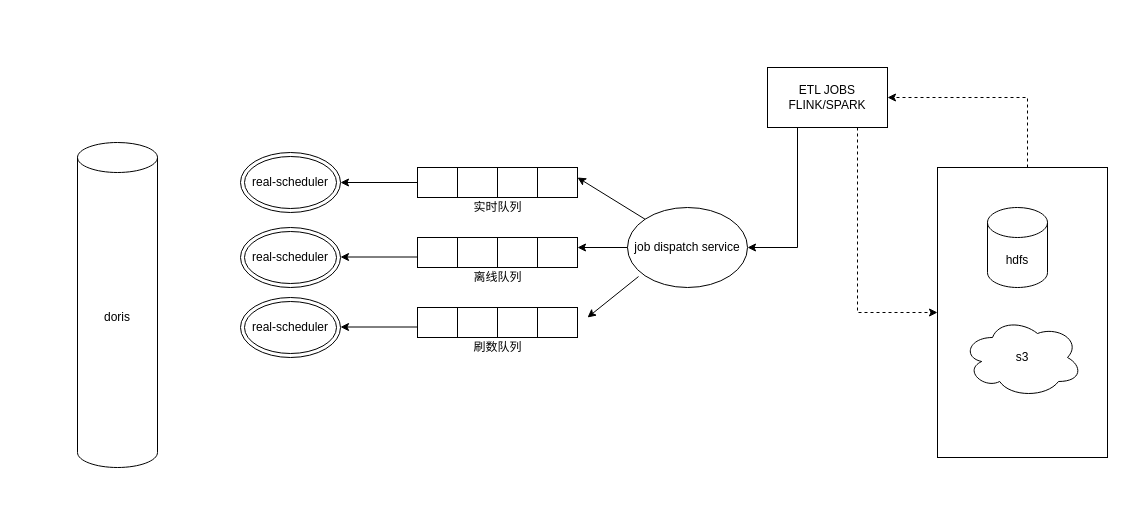
This is doc/diagram.drawio from GoGoWen/JD-Bowen-incubator-doris, a draw.io file, before an edit. Source tidied: cells renumbered, new cells numbered last; positions are measured from the earlier drawing's top-left corner, leaving out a move shared by most shapes. Both pictures are drawn from the tidied source at 100%, with x=0, y=0 at pixel (77, 67).
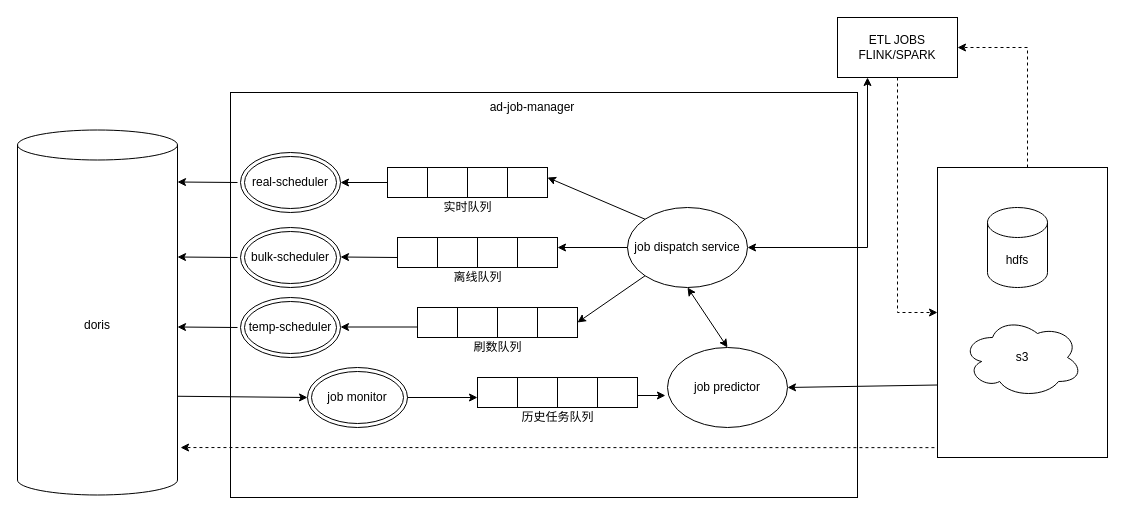
The same diagram, later.

Diff of the diagram source:
```diff
@@
+    <mxCell id="41" style="rounded=0;whiteSpace=wrap;html=1;align=center;direction=east;" parent="1" vertex="1">
+      <mxGeometry x="153" y="25" width="627" height="405" as="geometry" />
+    </mxCell>
-    <mxCell id="2" style="group;" parent="1" vertex="1">
-      <mxGeometry x="340" y="100" width="160" height="50" as="geometry" />
+    <mxCell id="2" style="group;direction=east;" parent="1" vertex="1">
+      <mxGeometry x="310" y="100" width="160" height="50" as="geometry" />
     </mxCell>
-    <mxCell id="3" style="group;" parent="2" vertex="1">
+    <mxCell id="3" style="group;direction=east;" parent="2" vertex="1">
       <mxGeometry width="160" height="30" as="geometry" />
     </mxCell>
-    <mxCell id="4" style="rounded=0;whiteSpace=wrap;html=1;" parent="3" vertex="1">
+    <mxCell id="4" style="rounded=0;whiteSpace=wrap;html=1;direction=east;" parent="3" vertex="1">
       <mxGeometry width="40" height="30" as="geometry" />
     </mxCell>
-    <mxCell id="5" style="rounded=0;whiteSpace=wrap;html=1;" parent="3" vertex="1">
+    <mxCell id="5" style="rounded=0;whiteSpace=wrap;html=1;direction=east;" parent="3" vertex="1">
       <mxGeometry x="40" width="40" height="30" as="geometry" />
     </mxCell>
-    <mxCell id="6" style="rounded=0;whiteSpace=wrap;html=1;" parent="3" vertex="1">
+    <mxCell id="6" style="rounded=0;whiteSpace=wrap;html=1;direction=east;" parent="3" vertex="1">
       <mxGeometry x="80" width="40" height="30" as="geometry" />
     </mxCell>
-    <mxCell id="7" style="rounded=0;whiteSpace=wrap;html=1;" parent="3" vertex="1">
+    <mxCell id="7" style="rounded=0;whiteSpace=wrap;html=1;direction=east;" parent="3" vertex="1">
       <mxGeometry x="120" width="40" height="30" as="geometry" />
     </mxCell>
@@
-    <mxCell id="9" style="group;" parent="1" vertex="1">
-      <mxGeometry x="340" y="170" width="160" height="50" as="geometry" />
+    <mxCell id="9" style="group;direction=east;" parent="1" vertex="1">
+      <mxGeometry x="320" y="170" width="160" height="50" as="geometry" />
     </mxCell>
-    <mxCell id="10" style="group;" parent="9" vertex="1">
+    <mxCell id="10" style="group;direction=east;" parent="9" vertex="1">
       <mxGeometry width="160" height="30" as="geometry" />
     </mxCell>
-    <mxCell id="11" style="rounded=0;whiteSpace=wrap;html=1;" parent="10" vertex="1">
+    <mxCell id="11" style="rounded=0;whiteSpace=wrap;html=1;direction=east;" parent="10" vertex="1">
       <mxGeometry width="40" height="30" as="geometry" />
     </mxCell>
-    <mxCell id="12" style="rounded=0;whiteSpace=wrap;html=1;" parent="10" vertex="1">
+    <mxCell id="12" style="rounded=0;whiteSpace=wrap;html=1;direction=east;" parent="10" vertex="1">
       <mxGeometry x="40" width="40" height="30" as="geometry" />
     </mxCell>
-    <mxCell id="13" style="rounded=0;whiteSpace=wrap;html=1;" parent="10" vertex="1">
+    <mxCell id="13" style="rounded=0;whiteSpace=wrap;html=1;direction=east;" parent="10" vertex="1">
       <mxGeometry x="80" width="40" height="30" as="geometry" />
     </mxCell>
-    <mxCell id="14" style="rounded=0;whiteSpace=wrap;html=1;" parent="10" vertex="1">
+    <mxCell id="14" style="rounded=0;whiteSpace=wrap;html=1;direction=east;" parent="10" vertex="1">
       <mxGeometry x="120" width="40" height="30" as="geometry" />
     </mxCell>
@@
-    <mxCell id="16" style="group;" parent="1" vertex="1">
+    <mxCell id="16" style="group;direction=east;" parent="1" vertex="1">
       <mxGeometry x="340" y="240" width="160" height="50" as="geometry" />
     </mxCell>
-    <mxCell id="17" style="group;" parent="16" vertex="1">
+    <mxCell id="17" style="group;direction=east;" parent="16" vertex="1">
       <mxGeometry width="160" height="30" as="geometry" />
     </mxCell>
-    <mxCell id="18" style="rounded=0;whiteSpace=wrap;html=1;" parent="17" vertex="1">
+    <mxCell id="18" style="rounded=0;whiteSpace=wrap;html=1;direction=east;" parent="17" vertex="1">
       <mxGeometry width="40" height="30" as="geometry" />
     </mxCell>
-    <mxCell id="19" style="rounded=0;whiteSpace=wrap;html=1;" parent="17" vertex="1">
+    <mxCell id="19" style="rounded=0;whiteSpace=wrap;html=1;direction=east;" parent="17" vertex="1">
       <mxGeometry x="40" width="40" height="30" as="geometry" />
     </mxCell>
-    <mxCell id="20" style="rounded=0;whiteSpace=wrap;html=1;" parent="17" vertex="1">
+    <mxCell id="20" style="rounded=0;whiteSpace=wrap;html=1;direction=east;" parent="17" vertex="1">
       <mxGeometry x="80" width="40" height="30" as="geometry" />
     </mxCell>
-    <mxCell id="21" style="rounded=0;whiteSpace=wrap;html=1;" parent="17" vertex="1">
+    <mxCell id="21" style="rounded=0;whiteSpace=wrap;html=1;direction=east;" parent="17" vertex="1">
       <mxGeometry x="120" width="40" height="30" as="geometry" />
     </mxCell>
@@
-    <mxCell id="23" value="job dispatch service" style="ellipse;whiteSpace=wrap;html=1;" parent="1" vertex="1">
+    <mxCell id="23" value="job dispatch service" style="ellipse;whiteSpace=wrap;html=1;direction=east;" parent="1" vertex="1">
       <mxGeometry x="550" y="140" width="120" height="80" as="geometry" />
     </mxCell>
-    <mxCell id="24" style="endArrow=classic;html=1;rounded=0;exitX=0;exitY=0;exitDx=0;exitDy=0;" parent="1" edge="1" source="23">
+    <mxCell id="24" style="endArrow=classic;html=1;rounded=0;exitX=0;exitY=0;exitDx=0;exitDy=0;entryX=0;entryY=0;entryDx=0;entryDy=0;" parent="1" edge="1" source="23">
       <mxGeometry relative="1" as="geometry">
-        <mxPoint x="500" y="110" as="targetPoint" />
+        <mxPoint x="470" y="110" as="targetPoint" />
       </mxGeometry>
     </mxCell>
-    <mxCell id="25" style="endArrow=classic;html=1;rounded=0;exitX=0;exitY=0.5;exitDx=0;exitDy=0;" parent="1" edge="1" source="23">
+    <mxCell id="25" style="endArrow=classic;html=1;rounded=0;exitX=0;exitY=0.5;exitDx=0;exitDy=0;entryX=0;entryY=0.5;entryDx=0;entryDy=0;" parent="1" edge="1" source="23">
       <mxGeometry relative="1" as="geometry">
-        <mxPoint x="500" y="180" as="targetPoint" />
+        <mxPoint x="480" y="180" as="targetPoint" />
       </mxGeometry>
     </mxCell>
-    <mxCell id="26" style="endArrow=classic;html=1;rounded=0;exitX=0.092;exitY=0.863;exitDx=0;exitDy=0;exitPerimeter=0;" parent="1" edge="1" source="23">
-      <mxGeometry relative="1" as="geometry">
-        <mxPoint x="510" y="250" as="targetPoint" />
-      </mxGeometry>
-    </mxCell>
-    <mxCell id="27" value="ETL JOBS&lt;br&gt;FLINK/SPARK" style="rounded=0;whiteSpace=wrap;html=1;" parent="1" vertex="1">
-      <mxGeometry x="690" width="120" height="60" as="geometry" />
+    <mxCell id="27" value="ETL JOBS&lt;br&gt;FLINK/SPARK" style="rounded=0;whiteSpace=wrap;html=1;direction=east;" parent="1" vertex="1">
+      <mxGeometry x="760" y="-50" width="120" height="60" as="geometry" />
     </mxCell>
-    <mxCell id="28" style="rounded=0;whiteSpace=wrap;html=1;" parent="1" vertex="1">
+    <mxCell id="28" style="rounded=0;whiteSpace=wrap;html=1;direction=east;" parent="1" vertex="1">
       <mxGeometry x="860" y="100" width="170" height="290" as="geometry" />
     </mxCell>
-    <mxCell id="29" value="hdfs" style="shape=cylinder3;whiteSpace=wrap;html=1;boundedLbl=1;backgroundOutline=1;size=15;" parent="1" vertex="1">
+    <mxCell id="29" value="hdfs" style="shape=cylinder3;whiteSpace=wrap;html=1;boundedLbl=1;backgroundOutline=1;size=15;direction=east;" parent="1" vertex="1">
       <mxGeometry x="910" y="140" width="60" height="80" as="geometry" />
     </mxCell>
-    <mxCell id="30" value="s3" style="ellipse;shape=cloud;whiteSpace=wrap;html=1;" parent="1" vertex="1">
+    <mxCell id="30" value="s3" style="ellipse;shape=cloud;whiteSpace=wrap;html=1;direction=east;" parent="1" vertex="1">
       <mxGeometry x="885" y="250" width="120" height="80" as="geometry" />
     </mxCell>
-    <mxCell id="31" style="endArrow=classic;html=1;rounded=0;edgeStyle=orthogonalEdgeStyle;entryX=1;entryY=0.5;entryDx=0;entryDy=0;fixDash=0;dashed=1;" parent="1" edge="1" target="27">
+    <mxCell id="31" style="endArrow=classic;html=1;rounded=0;edgeStyle=orthogonalEdgeStyle;fixDash=0;dashed=1;" parent="1" edge="1">
       <mxGeometry relative="1" as="geometry">
         <mxPoint x="950" y="100" as="sourcePoint" />
+        <mxPoint x="880" y="-20" as="targetPoint" />
         <Array as="points">
-          <mxPoint x="950" y="30" />
+          <mxPoint x="950" y="-20" />
         </Array>
       </mxGeometry>
     </mxCell>
     <mxCell id="32" style="endArrow=classic;html=1;rounded=0;dashed=1;exitX=0.75;exitY=1;exitDx=0;exitDy=0;edgeStyle=orthogonalEdgeStyle;entryX=0;entryY=0.5;entryDx=0;entryDy=0;" parent="1" edge="1" source="27" target="28">
       <mxGeometry relative="1" as="geometry">
         <Array as="points">
-          <mxPoint x="780" y="245" />
+          <mxPoint x="820" y="10" />
+          <mxPoint x="820" y="245" />
         </Array>
       </mxGeometry>
     </mxCell>
-    <mxCell id="33" style="endArrow=classic;html=1;rounded=0;exitX=0.25;exitY=1;exitDx=0;exitDy=0;edgeStyle=orthogonalEdgeStyle;entryX=1;entryY=0.5;entryDx=0;entryDy=0;" parent="1" edge="1" source="27" target="23">
+    <mxCell id="33" style="endArrow=classic;html=1;rounded=0;exitX=0.25;exitY=1;exitDx=0;exitDy=0;edgeStyle=orthogonalEdgeStyle;entryX=1;entryY=0.5;entryDx=0;entryDy=0;startArrow=classic;startFill=1;" parent="1" edge="1" source="27" target="23">
       <mxGeometry relative="1" as="geometry">
         <Array as="points">
-          <mxPoint x="720" y="180" />
+          <mxPoint x="790" y="180" />
         </Array>
       </mxGeometry>
     </mxCell>
-    <mxCell id="34" value="doris" style="shape=cylinder3;whiteSpace=wrap;html=1;boundedLbl=1;backgroundOutline=1;size=15;" parent="1" vertex="1">
-      <mxGeometry y="75" width="80" height="325" as="geometry" />
+    <mxCell id="34" value="doris" style="shape=cylinder3;whiteSpace=wrap;html=1;boundedLbl=1;backgroundOutline=1;size=15;direction=east;" parent="1" vertex="1">
+      <mxGeometry x="-60" y="62.5" width="160" height="365" as="geometry" />
     </mxCell>
-    <mxCell id="35" value="real-scheduler" style="ellipse;shape=doubleEllipse;whiteSpace=wrap;html=1;" parent="1" vertex="1">
+    <mxCell id="35" value="real-scheduler" style="ellipse;shape=doubleEllipse;whiteSpace=wrap;html=1;direction=east;" parent="1" vertex="1">
       <mxGeometry x="163" y="85" width="100" height="60" as="geometry" />
     </mxCell>
-    <mxCell id="36" value="real-scheduler" style="ellipse;shape=doubleEllipse;whiteSpace=wrap;html=1;" parent="1" vertex="1">
+    <mxCell id="36" value="bulk-scheduler" style="ellipse;shape=doubleEllipse;whiteSpace=wrap;html=1;direction=east;" parent="1" vertex="1">
       <mxGeometry x="163" y="160" width="100" height="60" as="geometry" />
     </mxCell>
-    <mxCell id="37" value="real-scheduler" style="ellipse;shape=doubleEllipse;whiteSpace=wrap;html=1;" parent="1" vertex="1">
+    <mxCell id="37" value="temp-scheduler" style="ellipse;shape=doubleEllipse;whiteSpace=wrap;html=1;direction=east;" parent="1" vertex="1">
       <mxGeometry x="163" y="230" width="100" height="60" as="geometry" />
     </mxCell>
-    <mxCell id="38" style="endArrow=classic;html=1;rounded=0;exitX=0;exitY=0.5;exitDx=0;exitDy=0;entryX=1;entryY=0.5;entryDx=0;entryDy=0;" parent="1" edge="1" source="4" target="35">
-      <mxGeometry relative="1" as="geometry" />
-    </mxCell>
-    <mxCell id="39" style="endArrow=classic;html=1;rounded=0;exitX=0;exitY=0.5;exitDx=0;exitDy=0;entryX=1;entryY=0.5;entryDx=0;entryDy=0;" parent="1" edge="1">
+    <mxCell id="39" style="endArrow=classic;html=1;rounded=0;entryX=1;entryY=0.5;entryDx=0;entryDy=0;" parent="1" edge="1">
       <mxGeometry relative="1" as="geometry">
-        <mxPoint x="340" y="189.5" as="sourcePoint" />
+        <mxPoint x="320" y="190" as="sourcePoint" />
         <mxPoint x="263" y="189.5" as="targetPoint" />
       </mxGeometry>
     </mxCell>
@@
+    <mxCell id="42" style="endArrow=classic;html=1;rounded=0;entryX=1;entryY=0.5;entryDx=0;entryDy=0;" parent="1" edge="1">
+      <mxGeometry relative="1" as="geometry">
+        <mxPoint x="160" y="115" as="sourcePoint" />
+        <mxPoint x="100" y="114.5" as="targetPoint" />
+      </mxGeometry>
+    </mxCell>
+    <mxCell id="43" style="endArrow=classic;html=1;rounded=0;entryX=1;entryY=0.5;entryDx=0;entryDy=0;" parent="1" edge="1">
+      <mxGeometry relative="1" as="geometry">
+        <mxPoint x="160" y="190" as="sourcePoint" />
+        <mxPoint x="100" y="189.5" as="targetPoint" />
+      </mxGeometry>
+    </mxCell>
+    <mxCell id="44" style="endArrow=classic;html=1;rounded=0;entryX=1;entryY=0.5;entryDx=0;entryDy=0;" parent="1" edge="1">
+      <mxGeometry relative="1" as="geometry">
+        <mxPoint x="160" y="260" as="sourcePoint" />
+        <mxPoint x="100" y="259.5" as="targetPoint" />
+      </mxGeometry>
+    </mxCell>
+    <mxCell id="45" style="endArrow=classic;html=1;rounded=0;entryX=1.019;entryY=0.87;entryDx=0;entryDy=0;entryPerimeter=0;exitX=-0.018;exitY=0.966;exitDx=0;exitDy=0;exitPerimeter=0;dashed=1;" parent="1" edge="1" source="28" target="34">
+      <mxGeometry relative="1" as="geometry" />
+    </mxCell>
+    <mxCell id="46" style="group;direction=east;" parent="1" vertex="1">
+      <mxGeometry x="400" y="310" width="160" height="50" as="geometry" />
+    </mxCell>
+    <mxCell id="47" style="group;direction=east;" parent="46" vertex="1">
+      <mxGeometry width="160" height="30" as="geometry" />
+    </mxCell>
+    <mxCell id="48" style="rounded=0;whiteSpace=wrap;html=1;direction=east;" parent="47" vertex="1">
+      <mxGeometry width="40" height="30" as="geometry" />
+    </mxCell>
+    <mxCell id="49" style="rounded=0;whiteSpace=wrap;html=1;direction=east;" parent="47" vertex="1">
+      <mxGeometry x="40" width="40" height="30" as="geometry" />
+    </mxCell>
+    <mxCell id="50" style="rounded=0;whiteSpace=wrap;html=1;direction=east;" parent="47" vertex="1">
+      <mxGeometry x="80" width="40" height="30" as="geometry" />
+    </mxCell>
+    <mxCell id="51" style="rounded=0;whiteSpace=wrap;html=1;direction=east;" parent="47" vertex="1">
+      <mxGeometry x="120" width="40" height="30" as="geometry" />
+    </mxCell>
+    <mxCell id="52" value="历史任务队列" style="text;html=1;align=center;verticalAlign=middle;strokeColor=none;fillColor=none;" parent="46" vertex="1">
+      <mxGeometry x="35" y="30" width="90" height="20" as="geometry" />
+    </mxCell>
+    <mxCell id="53" value="job monitor" style="ellipse;shape=doubleEllipse;whiteSpace=wrap;html=1;direction=east;" parent="1" vertex="1">
+      <mxGeometry x="230" y="300" width="100" height="60" as="geometry" />
+    </mxCell>
+    <mxCell id="54" style="endArrow=classic;html=1;rounded=0;entryX=0;entryY=0.5;entryDx=0;entryDy=0;exitX=1;exitY=0;exitDx=0;exitDy=266.25;exitPerimeter=0;" parent="1" edge="1" source="34" target="53">
+      <mxGeometry relative="1" as="geometry" />
+    </mxCell>
+    <mxCell id="55" style="endArrow=classic;html=1;rounded=0;exitX=1;exitY=0.5;exitDx=0;exitDy=0;entryX=1;entryY=0.5;entryDx=0;entryDy=0;" parent="1" edge="1" source="53">
+      <mxGeometry relative="1" as="geometry">
+        <mxPoint x="400" y="330" as="targetPoint" />
+      </mxGeometry>
+    </mxCell>
+    <mxCell id="56" value="job predictor" style="ellipse;whiteSpace=wrap;html=1;direction=east;" parent="1" vertex="1">
+      <mxGeometry x="590" y="280" width="120" height="80" as="geometry" />
+    </mxCell>
+    <mxCell id="57" style="endArrow=classic;startArrow=classic;html=1;rounded=0;entryX=0.5;entryY=1;entryDx=0;entryDy=0;exitX=0.5;exitY=0;exitDx=0;exitDy=0;" parent="1" edge="1" source="56" target="23">
+      <mxGeometry relative="1" as="geometry" />
+    </mxCell>
+    <mxCell id="58" style="endArrow=classic;html=1;rounded=0;entryX=-0.017;entryY=0.6;entryDx=0;entryDy=0;entryPerimeter=0;exitX=-0.017;exitY=0.6;exitDx=0;exitDy=0;exitPerimeter=0;" parent="1" edge="1" target="56">
+      <mxGeometry relative="1" as="geometry">
+        <mxPoint x="560" y="328" as="sourcePoint" />
+      </mxGeometry>
+    </mxCell>
+    <mxCell id="59" style="endArrow=classic;html=1;rounded=0;exitX=0;exitY=0.75;exitDx=0;exitDy=0;entryX=1;entryY=0.5;entryDx=0;entryDy=0;" parent="1" edge="1" source="28" target="56">
+      <mxGeometry relative="1" as="geometry" />
+    </mxCell>
+    <mxCell id="60" value="ad-job-manager" style="text;html=1;strokeColor=none;fillColor=none;align=center;verticalAlign=middle;whiteSpace=wrap;rounded=0;direction=east;" parent="1" vertex="1">
+      <mxGeometry x="380" y="25" width="150" height="30" as="geometry" />
+    </mxCell>
+    <mxCell id="26" style="endArrow=classic;html=1;rounded=0;exitX=0;exitY=1;exitDx=0;exitDy=0;entryX=1;entryY=0.5;entryDx=0;entryDy=0;" parent="1" edge="1" source="23" target="21">
+      <mxGeometry relative="1" as="geometry" />
+    </mxCell>
+    <mxCell id="38" style="endArrow=classic;html=1;rounded=0;exitX=0;exitY=0.5;exitDx=0;exitDy=0;entryX=1;entryY=0.5;entryDx=0;entryDy=0;" parent="1" edge="1" source="4" target="35">
+      <mxGeometry relative="1" as="geometry" />
+    </mxCell>
```
